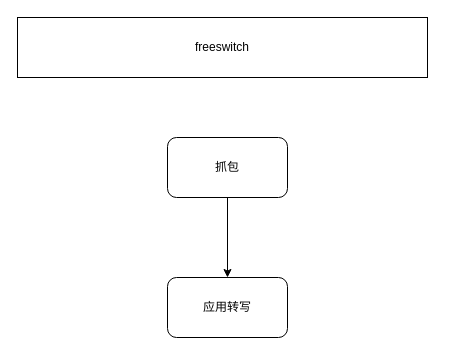
DearZh/MonkeyScript keeps this draw.io diagram as 未命名表单.drawio. Above is the earlier version. Source tidied: cells renumbered, new cells numbered last; positions are measured from the earlier drawing's top-left corner, leaving out a move shared by most shapes. Both pictures are drawn from the tidied source at 100%, with x=0, y=0 at pixel (17, 17).
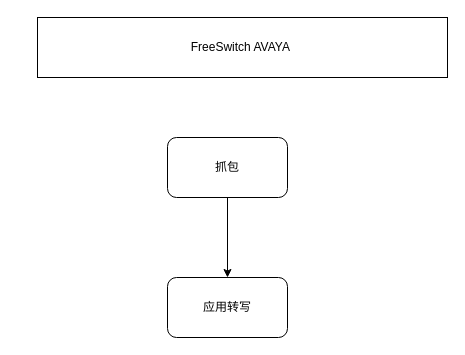
The same diagram, later.

What changed in the source:
```diff
@@
 <mxGraphModel>
   <root>
     <mxCell id="0" />
     <mxCell id="1" parent="0" />
     <mxCell id="2" style="edgeStyle=orthogonalEdgeStyle;rounded=0;jettySize=auto;html=1;" parent="1" edge="1" source="3" target="4">
       <mxGeometry relative="1" as="geometry" />
     </mxCell>
     <mxCell id="3" value="抓包" style="rounded=1;whiteSpace=wrap;html=1;" parent="1" vertex="1">
       <mxGeometry x="150" y="120" width="120" height="60" as="geometry" />
     </mxCell>
     <mxCell id="4" value="应用转写" style="rounded=1;whiteSpace=wrap;html=1;" parent="1" vertex="1">
       <mxGeometry x="150" y="260" width="120" height="60" as="geometry" />
     </mxCell>
-    <mxCell id="5" value="freeswitch" style="rounded=0;whiteSpace=wrap;html=1;" parent="1" vertex="1">
-      <mxGeometry width="410" height="60" as="geometry" />
+    <mxCell id="5" value="FreeSwitch AVAYA&amp;nbsp;" style="rounded=0;whiteSpace=wrap;html=1;" parent="1" vertex="1">
+      <mxGeometry x="20" width="410" height="60" as="geometry" />
     </mxCell>
   </root>
 </mxGraphModel>
```
